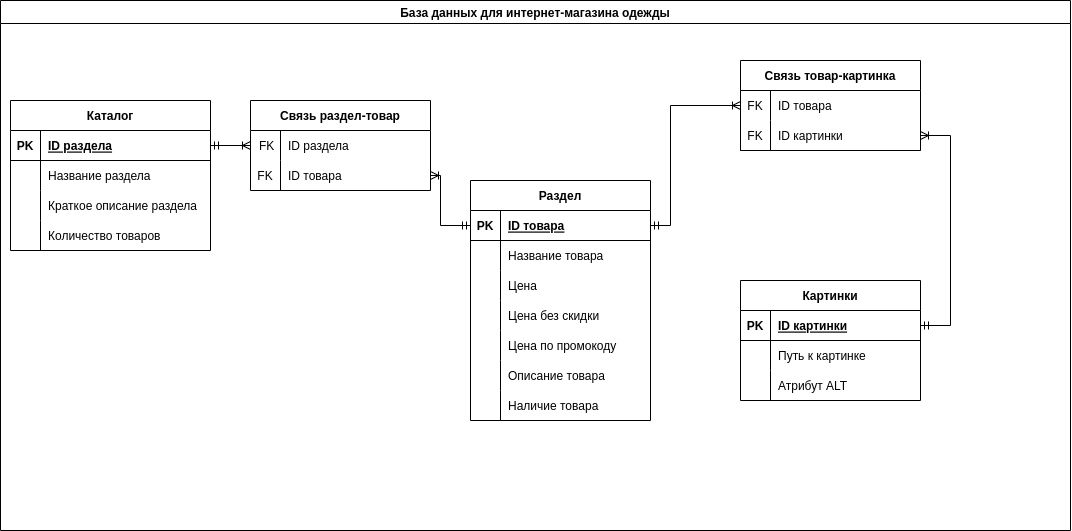
Earlier version of the draw.io export diagrams/main-diag.drawio.png (Vov4ik3587/sql-task). Source tidied: cells renumbered, new cells last; positions are measured from the earlier drawing's top-left corner, leaving out a move shared by most shapes.
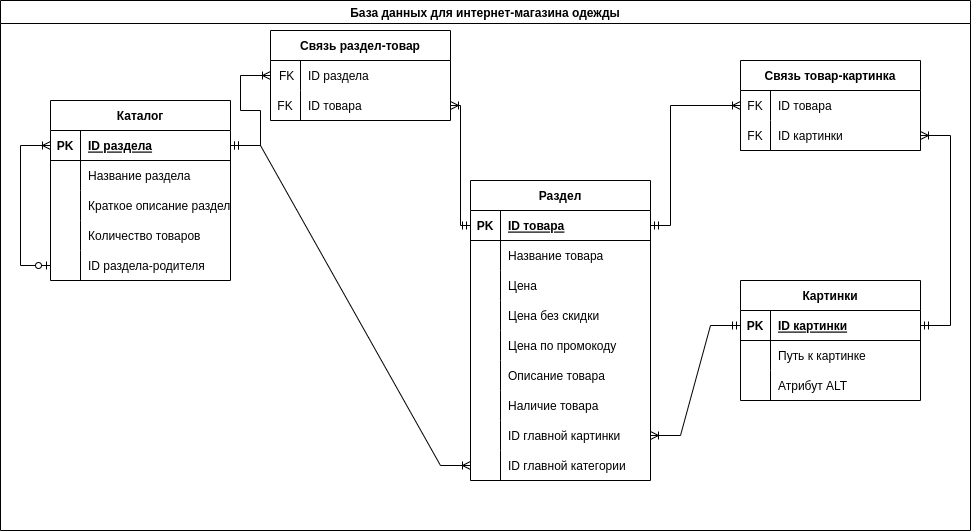
After the change.

Change to the diagram source:
```diff
@@ -3,49 +3,65 @@
     <mxCell id="0" />
     <mxCell id="1" parent="0" />
     <mxCell id="2" value="База данных для интернет-магазина одежды" style="swimlane;" parent="1" vertex="1">
-      <mxGeometry width="1070" height="530" as="geometry" />
+      <mxGeometry width="970" height="530" as="geometry" />
     </mxCell>
     <mxCell id="3" value="Каталог" style="shape=table;startSize=30;rowLines=0;fontStyle=1;align=center;" parent="2" vertex="1">
-      <mxGeometry x="10" y="100" width="200" height="150" as="geometry" />
+      <mxGeometry x="50" y="100" width="180" height="180" as="geometry" />
     </mxCell>
     <mxCell id="4" style="shape=tableRow;horizontal=0;startSize=0;swimlaneHead=0;swimlaneBody=0;fillColor=none;points=[[0,0.5],[1,0.5]];portConstraint=eastwest;top=0;left=0;right=0;bottom=1;" parent="3" vertex="1">
-      <mxGeometry y="30" width="200" height="30" as="geometry" />
+      <mxGeometry y="30" width="180" height="30" as="geometry" />
     </mxCell>
     <mxCell id="5" value="PK" style="shape=partialRectangle;fillColor=none;top=0;left=0;bottom=0;right=0;fontStyle=1;overflow=hidden;" parent="4" vertex="1">
       <mxGeometry width="30" height="30" as="geometry" />
     </mxCell>
     <mxCell id="6" value="ID раздела" style="shape=partialRectangle;fillColor=none;top=0;left=0;bottom=0;right=0;align=left;spacingLeft=6;fontStyle=5;overflow=hidden;" parent="4" vertex="1">
-      <mxGeometry x="30" width="170" height="30" as="geometry" />
+      <mxGeometry x="30" width="150" height="30" as="geometry" />
     </mxCell>
     <mxCell id="7" style="shape=tableRow;horizontal=0;startSize=0;swimlaneHead=0;swimlaneBody=0;fillColor=none;top=0;left=0;right=0;bottom=0;" parent="3" vertex="1">
-      <mxGeometry y="60" width="200" height="30" as="geometry" />
+      <mxGeometry y="60" width="180" height="30" as="geometry" />
     </mxCell>
     <mxCell id="8" style="shape=partialRectangle;fillColor=none;top=0;left=0;bottom=0;right=0;overflow=hidden;" parent="7" vertex="1">
       <mxGeometry width="30" height="30" as="geometry" />
     </mxCell>
     <mxCell id="9" value="Название раздела" style="shape=partialRectangle;fillColor=none;top=0;left=0;bottom=0;right=0;align=left;spacingLeft=6;overflow=hidden;" parent="7" vertex="1">
-      <mxGeometry x="30" width="170" height="30" as="geometry" />
+      <mxGeometry x="30" width="150" height="30" as="geometry" />
     </mxCell>
     <mxCell id="10" style="shape=tableRow;horizontal=0;startSize=0;swimlaneHead=0;swimlaneBody=0;fillColor=none;top=0;left=0;right=0;bottom=0;" parent="3" vertex="1">
-      <mxGeometry y="90" width="200" height="30" as="geometry" />
+      <mxGeometry y="90" width="180" height="30" as="geometry" />
     </mxCell>
     <mxCell id="11" style="shape=partialRectangle;fillColor=none;top=0;left=0;bottom=0;right=0;overflow=hidden;" parent="10" vertex="1">
       <mxGeometry width="30" height="30" as="geometry" />
     </mxCell>
     <mxCell id="12" value="Краткое описание раздела" style="shape=partialRectangle;fillColor=none;top=0;left=0;bottom=0;right=0;align=left;spacingLeft=6;overflow=hidden;" parent="10" vertex="1">
-      <mxGeometry x="30" width="170" height="30" as="geometry" />
+      <mxGeometry x="30" width="150" height="30" as="geometry" />
     </mxCell>
     <mxCell id="13" style="shape=tableRow;horizontal=0;startSize=0;swimlaneHead=0;swimlaneBody=0;fillColor=none;top=0;left=0;right=0;bottom=0;" parent="3" vertex="1">
-      <mxGeometry y="120" width="200" height="30" as="geometry" />
+      <mxGeometry y="120" width="180" height="30" as="geometry" />
     </mxCell>
     <mxCell id="14" style="shape=partialRectangle;fillColor=none;top=0;left=0;bottom=0;right=0;overflow=hidden;" parent="13" vertex="1">
       <mxGeometry width="30" height="30" as="geometry" />
     </mxCell>
     <mxCell id="15" value="Количество товаров" style="shape=partialRectangle;fillColor=none;top=0;left=0;bottom=0;right=0;align=left;spacingLeft=6;overflow=hidden;" parent="13" vertex="1">
-      <mxGeometry x="30" width="170" height="30" as="geometry" />
+      <mxGeometry x="30" width="150" height="30" as="geometry" />
     </mxCell>
+    <mxCell id="66" style="shape=tableRow;horizontal=0;startSize=0;swimlaneHead=0;swimlaneBody=0;fillColor=none;points=[[0,0.5],[1,0.5]];portConstraint=eastwest;top=0;left=0;right=0;bottom=0;" parent="3" vertex="1">
+      <mxGeometry y="150" width="180" height="30" as="geometry" />
+    </mxCell>
+    <mxCell id="67" style="shape=partialRectangle;fillColor=none;top=0;left=0;bottom=0;right=0;overflow=hidden;" parent="66" vertex="1">
+      <mxGeometry width="30" height="30" as="geometry" />
+    </mxCell>
+    <mxCell id="68" value="ID раздела-родителя" style="shape=partialRectangle;fillColor=none;top=0;left=0;bottom=0;right=0;align=left;spacingLeft=6;overflow=hidden;" parent="66" vertex="1">
+      <mxGeometry x="30" width="150" height="30" as="geometry" />
+    </mxCell>
+    <mxCell id="69" style="edgeStyle=elbowEdgeStyle;fontSize=12;html=1;endArrow=ERoneToMany;startArrow=ERzeroToOne;rounded=0;exitX=0;exitY=0.5;exitDx=0;exitDy=0;entryX=0;entryY=0.5;entryDx=0;entryDy=0;" parent="3" edge="1" source="66" target="4">
+      <mxGeometry relative="1" as="geometry">
+        <Array as="points">
+          <mxPoint x="-30" y="100" />
+        </Array>
+      </mxGeometry>
+    </mxCell>
     <mxCell id="16" value="Раздел" style="shape=table;startSize=30;rowLines=0;fontStyle=1;align=center;" parent="2" vertex="1">
-      <mxGeometry x="470" y="180" width="180" height="240" as="geometry" />
+      <mxGeometry x="470" y="180" width="180" height="300" as="geometry" />
     </mxCell>
     <mxCell id="17" style="shape=tableRow;horizontal=0;startSize=0;swimlaneHead=0;swimlaneBody=0;fillColor=none;points=[[0,0.5],[1,0.5]];portConstraint=eastwest;top=0;left=0;right=0;bottom=1;" parent="16" vertex="1">
       <mxGeometry y="30" width="180" height="30" as="geometry" />
@@ -110,8 +126,26 @@
     <mxCell id="37" value="Наличие товара" style="shape=partialRectangle;fillColor=none;top=0;left=0;bottom=0;right=0;align=left;spacingLeft=6;overflow=hidden;" parent="35" vertex="1">
       <mxGeometry x="30" width="150" height="30" as="geometry" />
     </mxCell>
+    <mxCell id="70" style="shape=tableRow;horizontal=0;startSize=0;swimlaneHead=0;swimlaneBody=0;fillColor=none;points=[[0,0.5],[1,0.5]];portConstraint=eastwest;top=0;left=0;right=0;bottom=0;" parent="16" vertex="1">
+      <mxGeometry y="240" width="180" height="30" as="geometry" />
+    </mxCell>
+    <mxCell id="71" style="shape=partialRectangle;fillColor=none;top=0;left=0;bottom=0;right=0;overflow=hidden;" parent="70" vertex="1">
+      <mxGeometry width="30" height="30" as="geometry" />
+    </mxCell>
+    <mxCell id="72" value="ID главной картинки" style="shape=partialRectangle;fillColor=none;top=0;left=0;bottom=0;right=0;align=left;spacingLeft=6;overflow=hidden;" parent="70" vertex="1">
+      <mxGeometry x="30" width="150" height="30" as="geometry" />
+    </mxCell>
+    <mxCell id="73" style="shape=tableRow;horizontal=0;startSize=0;swimlaneHead=0;swimlaneBody=0;fillColor=none;points=[[0,0.5],[1,0.5]];portConstraint=eastwest;top=0;left=0;right=0;bottom=0;" parent="16" vertex="1">
+      <mxGeometry y="270" width="180" height="30" as="geometry" />
+    </mxCell>
+    <mxCell id="74" style="shape=partialRectangle;fillColor=none;top=0;left=0;bottom=0;right=0;overflow=hidden;" parent="73" vertex="1">
+      <mxGeometry width="30" height="30" as="geometry" />
+    </mxCell>
+    <mxCell id="75" value="ID главной категории" style="shape=partialRectangle;fillColor=none;top=0;left=0;bottom=0;right=0;align=left;spacingLeft=6;overflow=hidden;" parent="73" vertex="1">
+      <mxGeometry x="30" width="150" height="30" as="geometry" />
+    </mxCell>
     <mxCell id="38" value="Связь раздел-товар" style="shape=table;startSize=30;rowLines=0;fontStyle=1;align=center;" parent="2" vertex="1">
-      <mxGeometry x="250" y="100" width="180" height="90" as="geometry" />
+      <mxGeometry x="270" y="30" width="180" height="90" as="geometry" />
     </mxCell>
     <mxCell id="39" style="shape=tableRow;horizontal=0;startSize=0;swimlaneHead=0;swimlaneBody=0;fillColor=none;points=[[0,0.5],[1,0.5]];portConstraint=eastwest;top=0;left=0;right=0;bottom=0;" parent="38" vertex="1">
       <mxGeometry y="30" width="180" height="30" as="geometry" />
@@ -198,10 +232,16 @@
     <mxCell id="65" style="edgeStyle=elbowEdgeStyle;fontSize=12;html=1;endArrow=ERoneToMany;startArrow=ERmandOne;rounded=0;entryX=1;entryY=0.5;entryDx=0;entryDy=0;exitX=0;exitY=0.5;exitDx=0;exitDy=0;" parent="2" edge="1" source="17" target="42">
       <mxGeometry relative="1" as="geometry">
         <Array as="points">
-          <mxPoint x="440" y="210" />
+          <mxPoint x="460" y="160" />
           <mxPoint x="770" y="155" />
         </Array>
       </mxGeometry>
     </mxCell>
+    <mxCell id="76" style="edgeStyle=entityRelationEdgeStyle;fontSize=12;html=1;endArrow=ERoneToMany;startArrow=ERmandOne;rounded=0;entryX=1;entryY=0.5;entryDx=0;entryDy=0;exitX=0;exitY=0.5;exitDx=0;exitDy=0;" parent="2" edge="1" source="47" target="70">
+      <mxGeometry relative="1" as="geometry" />
+    </mxCell>
+    <mxCell id="77" style="edgeStyle=entityRelationEdgeStyle;fontSize=12;html=1;endArrow=ERoneToMany;startArrow=ERmandOne;rounded=0;entryX=0;entryY=0.5;entryDx=0;entryDy=0;exitX=1;exitY=0.5;exitDx=0;exitDy=0;" parent="2" edge="1" source="4" target="73">
+      <mxGeometry relative="1" as="geometry" />
+    </mxCell>
   </root>
 </mxGraphModel>
```
